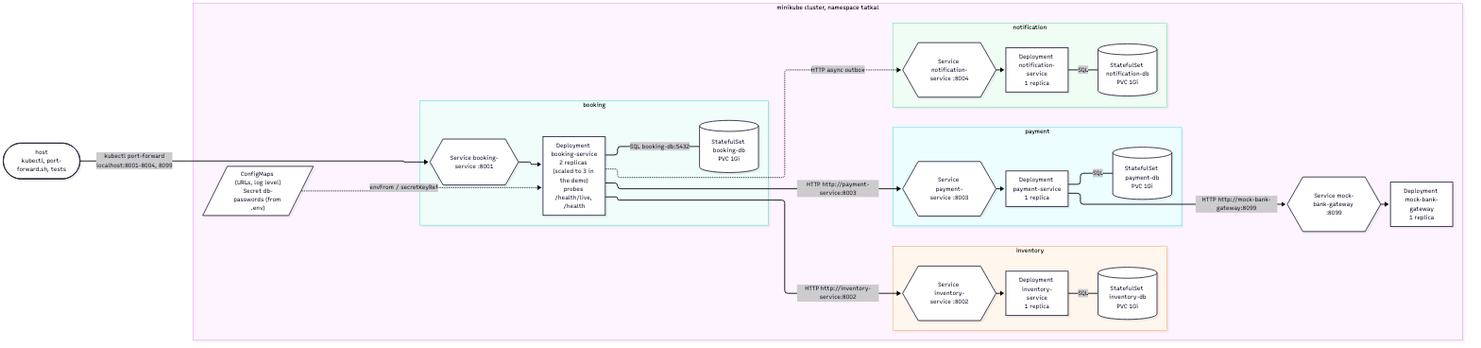
Above: docs/diagrams/deployment-k8s.png in spaceman-dev/tatkal-booking-microservices (Mermaid), before the change. Its source is kept beside it as docs/diagrams/deployment-k8s.mmd.
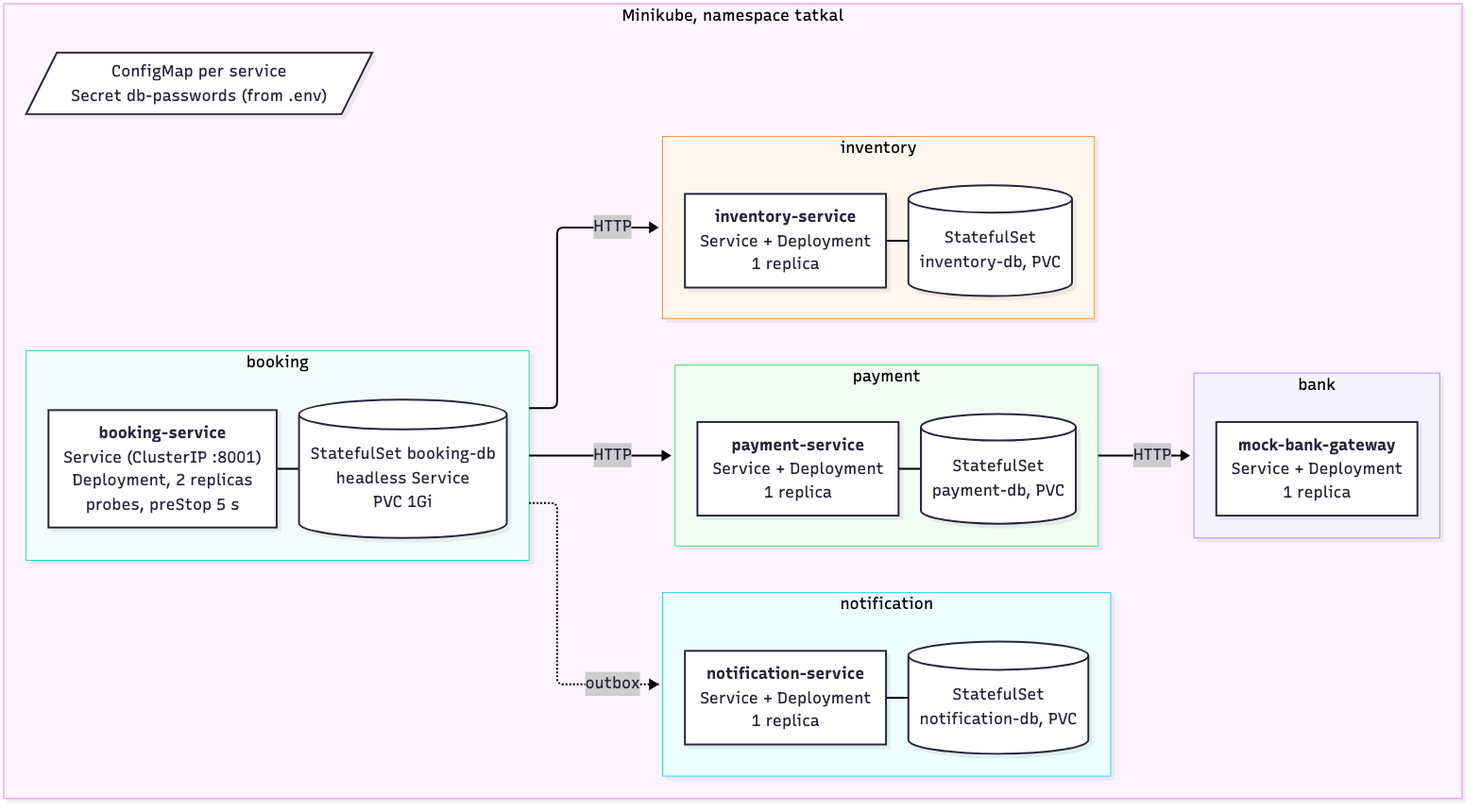
The same file after the commit.

Commit message:
deployment diagrams: smaller layout, shown in the READMEs

Change to the diagram source:
```diff
@@ -1,49 +1,29 @@
+%%{init: {"themeVariables": {"fontSize": "17px"}, "flowchart": {"nodeSpacing": 18, "rankSpacing": 44, "diagramPadding": 4, "wrappingWidth": 280}}}%%
 flowchart LR
-    host(["host<br/>kubectl, port-forward.sh, tests"])
-
-    subgraph mk["minikube cluster, namespace tatkal"]
+    subgraph ns["Minikube, namespace tatkal"]
         direction LR
-        subgraph bk["booking"]
-            direction TB
-            bsvc{{"Service booking-service :8001"}}
-            bdep["Deployment booking-service<br/>2 replicas (scaled to 3 in the demo)<br/>probes /health/live, /health"]
-            bdb[("StatefulSet booking-db<br/>PVC 1Gi")]
+        cfg[/"ConfigMap per service<br/>Secret db-passwords (from .env)"/]
+        subgraph b["booking"]
+            direction LR
+            bdep["<b>booking-service</b><br/>Service (ClusterIP :8001)<br/>Deployment, 2 replicas<br/>probes, preStop 5 s"] --- bdb[("StatefulSet booking-db<br/>headless Service<br/>PVC 1Gi")]
         end
-        subgraph inv["inventory"]
-            direction TB
-            isvc{{"Service inventory-service :8002"}}
-            idep["Deployment inventory-service<br/>1 replica"]
-            idb[("StatefulSet inventory-db<br/>PVC 1Gi")]
+        subgraph i["inventory"]
+            direction LR
+            inv["<b>inventory-service</b><br/>Service + Deployment<br/>1 replica"] --- idb[("StatefulSet<br/>inventory-db, PVC")]
         end
-        subgraph pay["payment"]
-            direction TB
-            psvc{{"Service payment-service :8003"}}
-            pdep["Deployment payment-service<br/>1 replica"]
-            pdb[("StatefulSet payment-db<br/>PVC 1Gi")]
+        subgraph n["notification"]
+            direction LR
+            noti["<b>notification-service</b><br/>Service + Deployment<br/>1 replica"] --- ndb[("StatefulSet<br/>notification-db, PVC")]
         end
-        subgraph noti["notification"]
-            direction TB
-            nsvc{{"Service notification-service :8004"}}
-            ndep["Deployment notification-service<br/>1 replica"]
-            ndb[("StatefulSet notification-db<br/>PVC 1Gi")]
+        subgraph p["payment"]
+            direction LR
+            pay["<b>payment-service</b><br/>Service + Deployment<br/>1 replica"] --- pdb[("StatefulSet<br/>payment-db, PVC")]
         end
-        gsvc{{"Service mock-bank-gateway :8099"}}
-        gdep["Deployment mock-bank-gateway<br/>1 replica"]
-        cfg[/"ConfigMaps (URLs, log level)<br/>Secret db-passwords (from .env)"/]
+        subgraph bk["bank"]
+            bank["<b>mock-bank-gateway</b><br/>Service + Deployment<br/>1 replica"]
+        end
     end
-
-    host -- "kubectl port-forward<br/>localhost:8001-8004, 8099" --> bsvc
-    bsvc --> bdep
-    isvc --> idep
-    psvc --> pdep
-    nsvc --> ndep
-    gsvc --> gdep
-    bdep -- "HTTP http://inventory-service:8002" --> isvc
-    bdep -- "HTTP http://payment-service:8003" --> psvc
-    bdep -. "HTTP async outbox" .-> nsvc
-    pdep -- "HTTP http://mock-bank-gateway:8099" --> gsvc
-    bdep -- "SQL booking-db:5432" --- bdb
-    idep -- "SQL" --- idb
-    pdep -- "SQL" --- pdb
-    ndep -- "SQL" --- ndb
-    cfg -. "envFrom / secretKeyRef" .-> bdep
+    b -- "HTTP" --> i
+    b -. "outbox" .-> n
+    b -- "HTTP" --> p
+    p -- "HTTP" --> bk
```
